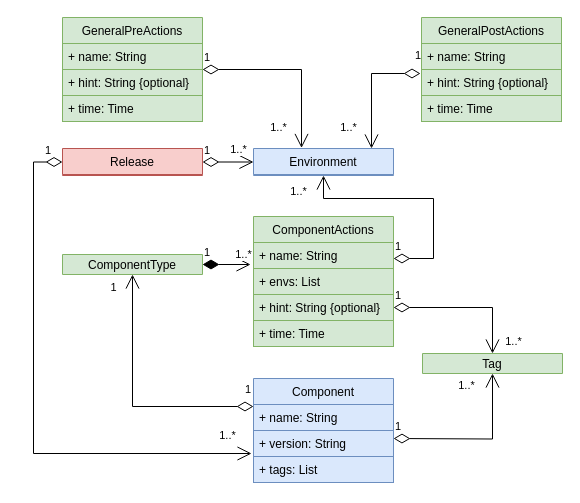
Earlier version of the draw.io diagram model.drawio (jorgekue/delivery-master). Source tidied: cells renumbered, new cells numbered last; positions are measured from the earlier drawing's top-left corner, leaving out a move shared by most shapes. Both pictures are drawn from the tidied source at 100%, with x=0, y=0 at pixel (33, 17).
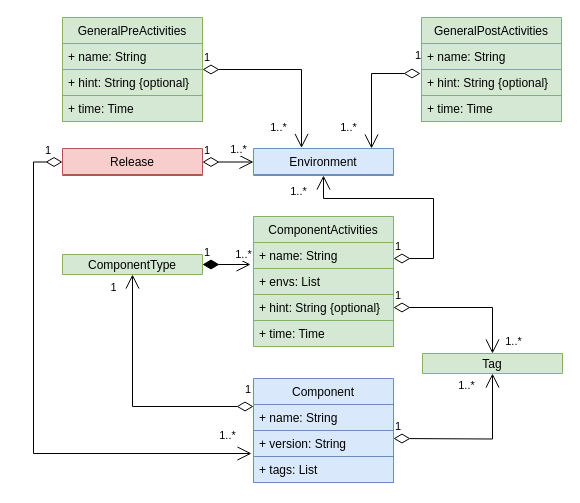
After the change.

Commit message:
activities instead of actions

What changed in the source:
```diff
@@
-    <mxCell id="2" value="GeneralPreActions" style="swimlane;fontStyle=0;horizontal=1;startSize=26;fillColor=#d5e8d4;strokeColor=#82b366;" parent="1" vertex="1">
+    <mxCell id="2" value="GeneralPreActivities" style="swimlane;fontStyle=0;horizontal=1;startSize=26;fillColor=#d5e8d4;strokeColor=#82b366;" parent="1" vertex="1">
       <mxGeometry x="29" width="140" height="104" as="geometry" />
     </mxCell>
@@
-    <mxCell id="6" value="GeneralPostActions" style="swimlane;fontStyle=0;horizontal=1;startSize=26;fillColor=#d5e8d4;strokeColor=#82b366;" parent="1" vertex="1">
+    <mxCell id="6" value="GeneralPostActivities" style="swimlane;fontStyle=0;horizontal=1;startSize=26;fillColor=#d5e8d4;strokeColor=#82b366;" parent="1" vertex="1">
       <mxGeometry x="388" width="140" height="104" as="geometry" />
     </mxCell>
@@
-    <mxCell id="16" value="ComponentActions" style="swimlane;fontStyle=0;horizontal=1;startSize=26;fillColor=#d5e8d4;strokeColor=#82b366;" parent="1" vertex="1">
+    <mxCell id="16" value="ComponentActivities" style="swimlane;fontStyle=0;horizontal=1;startSize=26;fillColor=#d5e8d4;strokeColor=#82b366;" parent="1" vertex="1">
       <mxGeometry x="220" y="199" width="140" height="130" as="geometry" />
     </mxCell>
```
